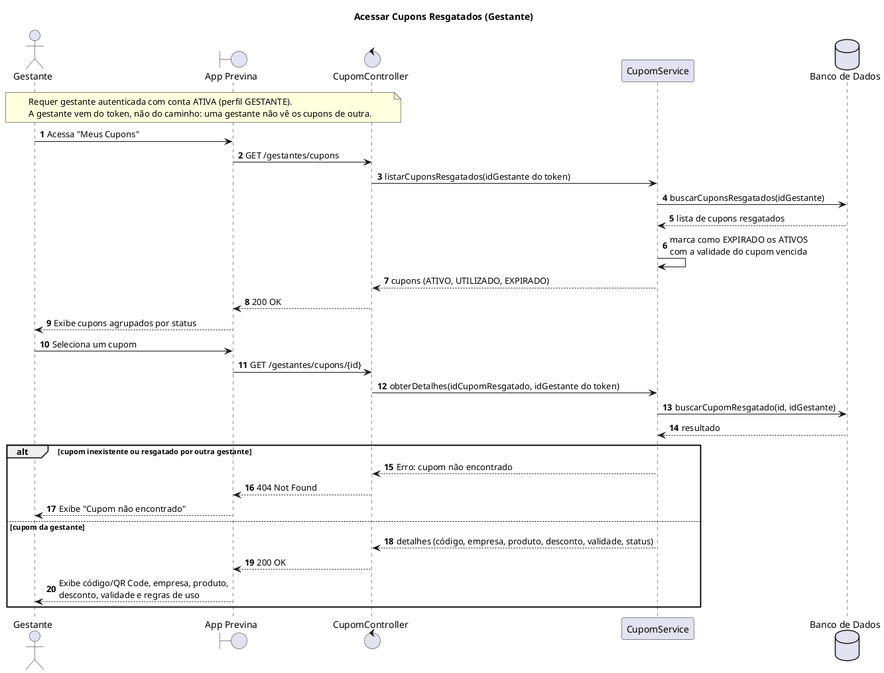
This is docs/sequence-diagrams/acessar-cupons-resgatados/acessar-cupons-resgatados.png from CozyShelf/previna-backend, a PlantUML export, as it was before one commit.
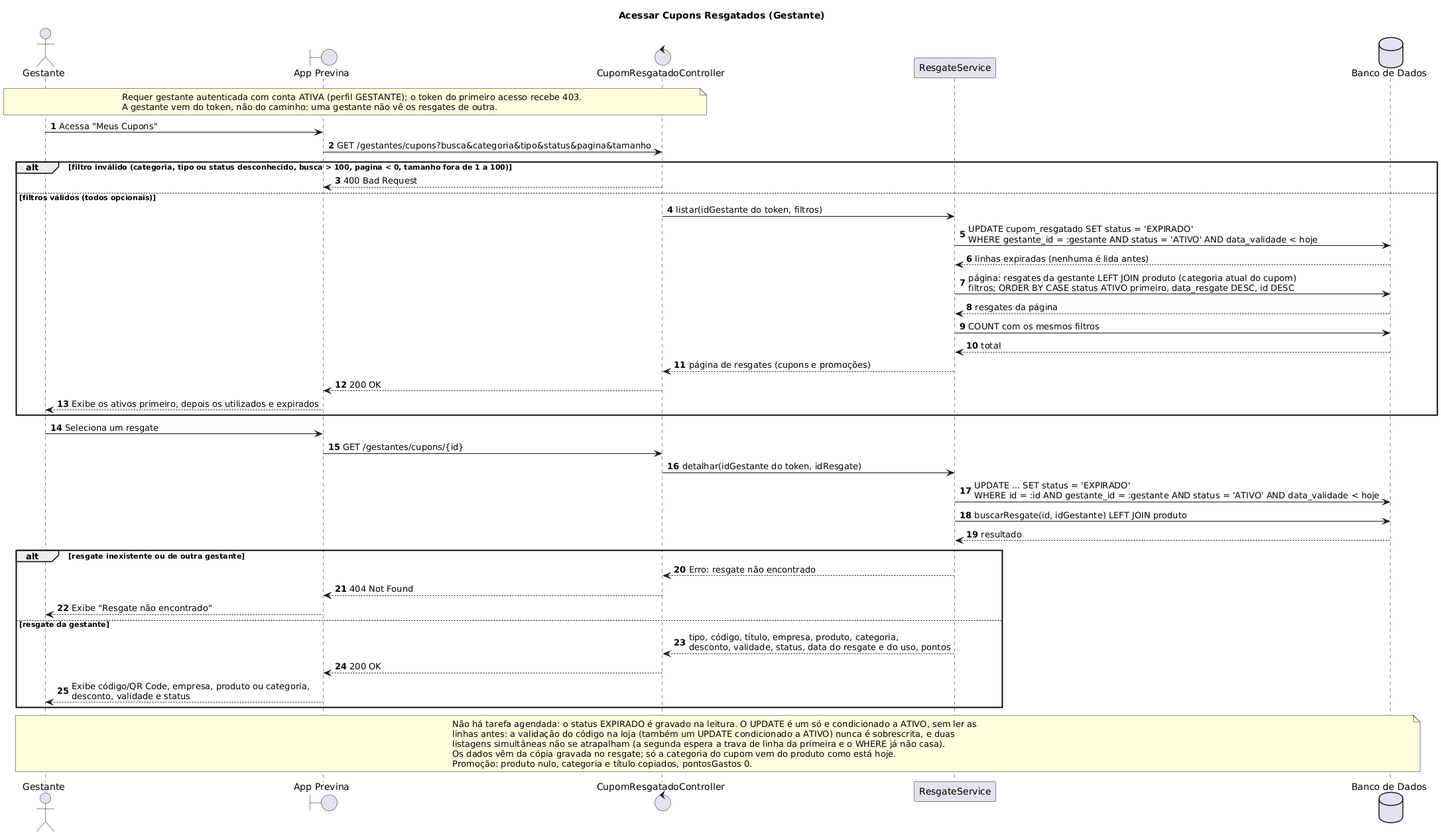
After the change.

Commit message:
docs: meus cupons, filtros, ordem e expiração na leitura com UPDATE condicionado

Diff of the diagram source:
```diff
@@ -4,39 +4,56 @@
 
 actor "Gestante" as Gestante
 boundary "App Previna" as App
-control "CupomController" as Controller
-participant "CupomService" as Service
+control "CupomResgatadoController" as Controller
+participant "ResgateService" as Service
 database "Banco de Dados" as BD
 
 note over Gestante, Controller
-    Requer gestante autenticada com conta ATIVA (perfil GESTANTE).
-    A gestante vem do token, não do caminho: uma gestante não vê os cupons de outra.
+    Requer gestante autenticada com conta ATIVA (perfil GESTANTE); o token do primeiro acesso recebe 403.
+    A gestante vem do token, não do caminho: uma gestante não vê os resgates de outra.
 end note
 
 Gestante -> App : Acessa "Meus Cupons"
-App -> Controller : GET /gestantes/cupons
-Controller -> Service : listarCuponsResgatados(idGestante do token)
-Service -> BD : buscarCuponsResgatados(idGestante)
-BD --> Service : lista de cupons resgatados
-Service -> Service : marca como EXPIRADO os ATIVOS\ncom a validade do cupom vencida
-Service --> Controller : cupons (ATIVO, UTILIZADO, EXPIRADO)
-Controller --> App : 200 OK
-App --> Gestante : Exibe cupons agrupados por status
+App -> Controller : GET /gestantes/cupons?busca&categoria&tipo&status&pagina&tamanho
 
-Gestante -> App : Seleciona um cupom
+alt filtro inválido (categoria, tipo ou status desconhecido, busca > 100, pagina < 0, tamanho fora de 1 a 100)
+    Controller --> App : 400 Bad Request
+else filtros válidos (todos opcionais)
+    Controller -> Service : listar(idGestante do token, filtros)
+    Service -> BD : UPDATE cupom_resgatado SET status = 'EXPIRADO'\nWHERE gestante_id = :gestante AND status = 'ATIVO' AND data_validade < hoje
+    BD --> Service : linhas expiradas (nenhuma é lida antes)
+    Service -> BD : página: resgates da gestante LEFT JOIN produto (categoria atual do cupom)\nfiltros; ORDER BY CASE status ATIVO primeiro, data_resgate DESC, id DESC
+    BD --> Service : resgates da página
+    Service -> BD : COUNT com os mesmos filtros
+    BD --> Service : total
+    Service --> Controller : página de resgates (cupons e promoções)
+    Controller --> App : 200 OK
+    App --> Gestante : Exibe os ativos primeiro, depois os utilizados e expirados
+end
+
+Gestante -> App : Seleciona um resgate
 App -> Controller : GET /gestantes/cupons/{id}
-Controller -> Service : obterDetalhes(idCupomResgatado, idGestante do token)
-Service -> BD : buscarCupomResgatado(id, idGestante)
+Controller -> Service : detalhar(idGestante do token, idResgate)
+Service -> BD : UPDATE ... SET status = 'EXPIRADO'\nWHERE id = :id AND gestante_id = :gestante AND status = 'ATIVO' AND data_validade < hoje
+Service -> BD : buscarResgate(id, idGestante) LEFT JOIN produto
 BD --> Service : resultado
 
-alt cupom inexistente ou resgatado por outra gestante
-    Service --> Controller : Erro: cupom não encontrado
+alt resgate inexistente ou de outra gestante
+    Service --> Controller : Erro: resgate não encontrado
     Controller --> App : 404 Not Found
-    App --> Gestante : Exibe "Cupom não encontrado"
-else cupom da gestante
-    Service --> Controller : detalhes (código, empresa, produto, desconto, validade, status)
+    App --> Gestante : Exibe "Resgate não encontrado"
+else resgate da gestante
+    Service --> Controller : tipo, código, título, empresa, produto, categoria,\ndesconto, validade, status, data do resgate e do uso, pontos
     Controller --> App : 200 OK
-    App --> Gestante : Exibe código/QR Code, empresa, produto,\ndesconto, validade e regras de uso
+    App --> Gestante : Exibe código/QR Code, empresa, produto ou categoria,\ndesconto, validade e status
 end
 
+note over Gestante, BD
+    Não há tarefa agendada: o status EXPIRADO é gravado na leitura. O UPDATE é um só e condicionado a ATIVO, sem ler as
+    linhas antes: a validação do código na loja (também um UPDATE condicionado a ATIVO) nunca é sobrescrita, e duas
+    listagens simultâneas não se atrapalham (a segunda espera a trava de linha da primeira e o WHERE já não casa).
+    Os dados vêm da cópia gravada no resgate; só a categoria do cupom vem do produto como está hoje.
+    Promoção: produto nulo, categoria e título copiados, pontosGastos 0.
+end note
+
 @enduml
```
